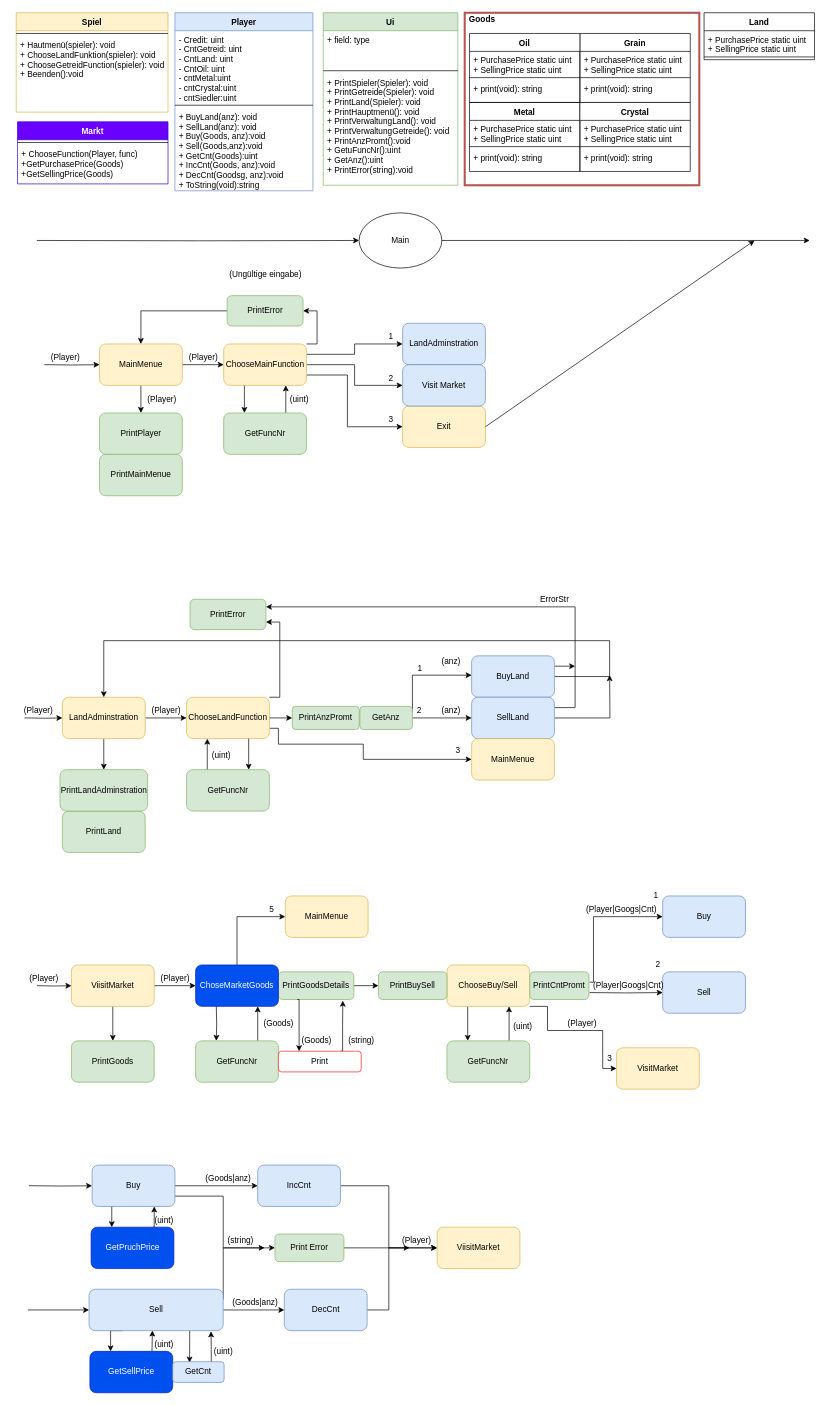
Above: Aufgabe_12/FlowDiagrammA12.drawio in Voxel07/Systemarchitektur.NET (draw.io), before the change. Source tidied: cells renumbered, new cells numbered last; positions are measured from the earlier drawing's top-left corner, leaving out a move shared by most shapes. Both pictures are drawn from the tidied source at 69%, with x=0, y=0 at pixel (16, 12).
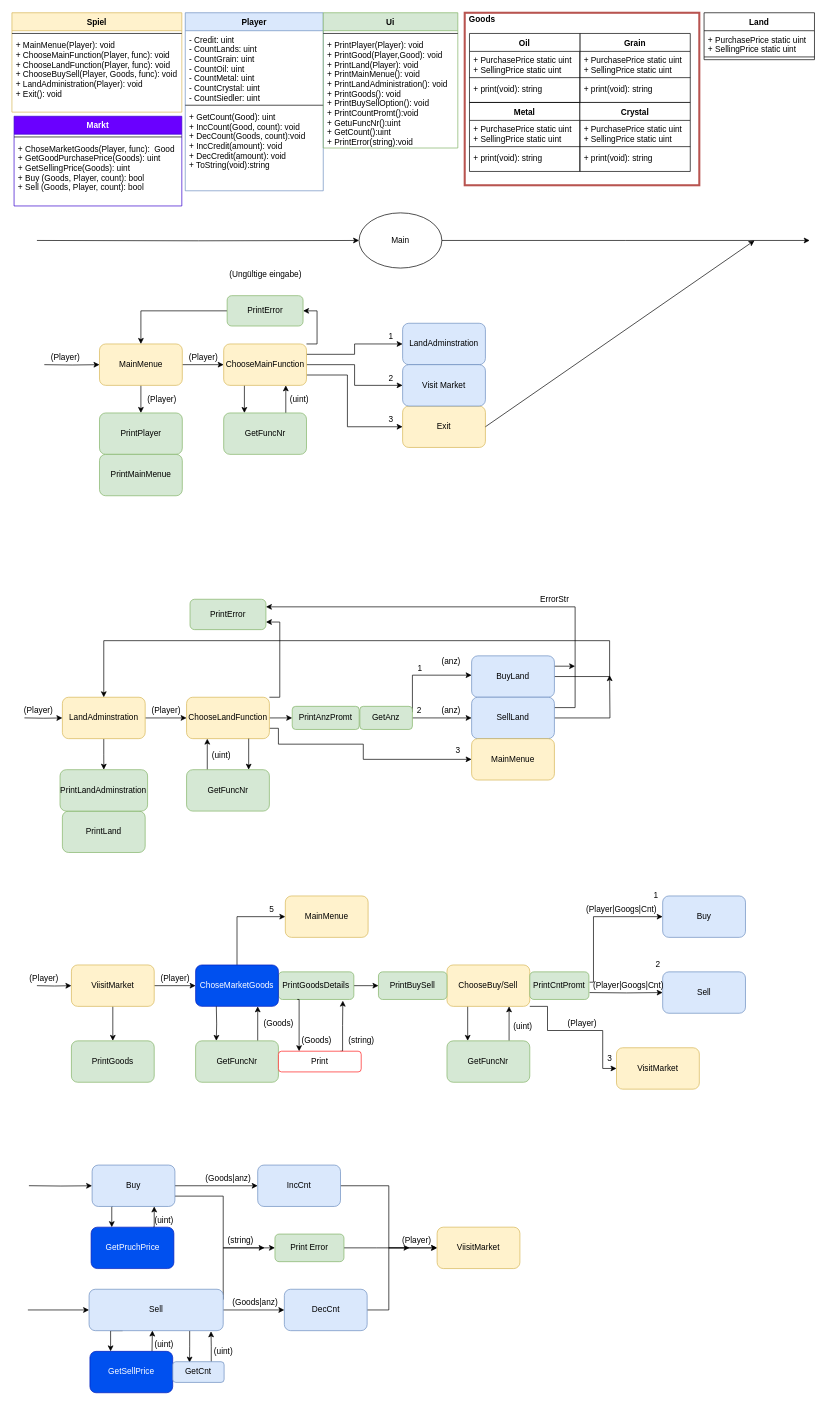
The same page after the edit.

Unchanged cells that the change refers to:
```xml
<mxCell id="55" value="Main" style="ellipse;whiteSpace=wrap;html=1;fillColor=none;" parent="1" vertex="1">
  <mxGeometry x="496.9" y="290" width="120" height="80" as="geometry" />
</mxCell>
```

Diff of the diagram source:
```diff
@@
     <mxCell id="6" value="Spiel" style="swimlane;fontStyle=1;align=center;verticalAlign=top;horizontal=1;startSize=26;fillColor=#fff2cc;strokeColor=#d6b656;" parent="1" vertex="1">
-      <mxGeometry width="220" height="144" as="geometry" />
+      <mxGeometry x="-6.2" width="246.2" height="144" as="geometry" />
     </mxCell>
     <mxCell id="7" style="line;strokeWidth=1;fillColor=none;align=left;verticalAlign=middle;spacingTop=-1;spacingLeft=3;spacingRight=3;labelPosition=right;" parent="6" vertex="1">
-      <mxGeometry y="26" width="220" height="8" as="geometry" />
+      <mxGeometry y="26" width="246.2" height="8" as="geometry" />
     </mxCell>
-    <mxCell id="8" value="+ Hautmenü(spieler): void&#10;+ ChooseLandFunktion(spieler): void&#10;+ ChooseGetreidFunction(spieler): void&#10;+ Beenden():void" style="text;strokeColor=none;fillColor=none;align=left;verticalAlign=top;spacingLeft=4;spacingRight=4;overflow=hidden;" parent="6" vertex="1">
-      <mxGeometry y="34" width="220" height="110" as="geometry" />
+    <mxCell id="8" value="+ MainMenue(Player): void&#10;+ ChooseMainFunction(Player, func): void&#10;+ ChooseLandFunction(Player, func): void&#10;+ ChooseBuySell(Player, Goods, func): void &#10;+ LandAdministration(Player): void&#10;+ Exit(): void" style="text;strokeColor=none;fillColor=none;align=left;verticalAlign=top;spacingLeft=4;spacingRight=4;overflow=hidden;" parent="6" vertex="1">
+      <mxGeometry y="34" width="246.2" height="110" as="geometry" />
     </mxCell>
     <mxCell id="9" value="Player" style="swimlane;fontStyle=1;align=center;verticalAlign=top;horizontal=1;startSize=26;fillColor=#dae8fc;strokeColor=#6c8ebf;" parent="1" vertex="1">
-      <mxGeometry x="230" width="200" height="258" as="geometry" />
+      <mxGeometry x="245" width="200" height="258" as="geometry" />
     </mxCell>
-    <mxCell id="10" value="- Credit: uint&#10;- CntGetreid: uint&#10;- CntLand: uint&#10;- CntOil: uint&#10;- cntMetal:uint&#10;- cntCrystal:uint&#10;- cntSiedler:uint" style="text;strokeColor=none;fillColor=none;align=left;verticalAlign=top;spacingLeft=4;spacingRight=4;overflow=hidden;" parent="9" vertex="1">
+    <mxCell id="10" value="- Credit: uint&#10;- CountLands: uint&#10;- CountGrain: uint&#10;- CountOil: uint&#10;- CountMetal: uint&#10;- CountCrystal: uint&#10;- CountSiedler: uint" style="text;strokeColor=none;fillColor=none;align=left;verticalAlign=top;spacingLeft=4;spacingRight=4;overflow=hidden;" parent="9" vertex="1">
       <mxGeometry y="26" width="200" height="104" as="geometry" />
     </mxCell>
@@
-    <mxCell id="12" value="+ BuyLand(anz): void&#10;+ SellLand(anz): void&#10;+ Buy(Goods, anz):void&#10;+ Sell(Goods,anz):void&#10;+ GetCnt(Goods):uint&#10;+ IncCnt(Goods, anz):void&#10;+ DecCnt(Goodsg, anz):void&#10;+ ToString(void):string" style="text;strokeColor=none;fillColor=none;align=left;verticalAlign=top;spacingLeft=4;spacingRight=4;overflow=hidden;" parent="9" vertex="1">
+    <mxCell id="12" value="+ GetCount(Good): uint&#10;+ IncCount(Good, count): void&#10;+ DecCount(Goods, count):void&#10;+ IncCredit(amount): void&#10;+ DecCredit(amount): void&#10;+ ToString(void):string" style="text;strokeColor=none;fillColor=none;align=left;verticalAlign=top;spacingLeft=4;spacingRight=4;overflow=hidden;" parent="9" vertex="1">
       <mxGeometry y="138" width="200" height="120" as="geometry" />
     </mxCell>
     <mxCell id="13" value="Ui" style="swimlane;fontStyle=1;align=center;verticalAlign=top;horizontal=1;startSize=26;fillColor=#d5e8d4;strokeColor=#82b366;" parent="1" vertex="1">
-      <mxGeometry x="445" width="195" height="250" as="geometry" />
+      <mxGeometry x="445" width="195" height="196" as="geometry" />
     </mxCell>
-    <mxCell id="14" value="+ field: type" style="text;strokeColor=none;fillColor=none;align=left;verticalAlign=top;spacingLeft=4;spacingRight=4;overflow=hidden;" parent="13" vertex="1">
-      <mxGeometry y="26" width="195" height="54" as="geometry" />
-    </mxCell>
     <mxCell id="15" style="line;strokeWidth=1;fillColor=none;align=left;verticalAlign=middle;spacingTop=-1;spacingLeft=3;spacingRight=3;labelPosition=right;" parent="13" vertex="1">
-      <mxGeometry y="80" width="195" height="8" as="geometry" />
+      <mxGeometry y="26" width="195" height="8" as="geometry" />
     </mxCell>
-    <mxCell id="16" value="+ PrintSpieler(Spieler): void&#10;+ PrintGetreide(Spieler): void&#10;+ PrintLand(Spieler): void&#10;+ PrintHauptmenü(): void&#10;+ PrintVerwaltungLand(): void&#10;+ PrintVerwaltungGetreide(): void&#10;+ PrintAnzPromt():void&#10;+ GetuFuncNr():uint&#10;+ GetAnz():uint&#10;+ PrintError(string):void" style="text;strokeColor=none;fillColor=none;align=left;verticalAlign=top;spacingLeft=4;spacingRight=4;overflow=hidden;" parent="13" vertex="1">
-      <mxGeometry y="88" width="195" height="162" as="geometry" />
+    <mxCell id="16" value="+ PrintPlayer(Player): void&#10;+ PrintGood(Player,Good): void&#10;+ PrintLand(Player): void&#10;+ PrintMainMenue(): void&#10;+ PrintLandAdministration(): void&#10;+ PrintGoods(): void&#10;+ PrintBuySellOption(): void&#10;+ PrintCountPromt():void&#10;+ GetuFuncNr():uint&#10;+ GetCount():uint&#10;+ PrintError(string):void" style="text;strokeColor=none;fillColor=none;align=left;verticalAlign=top;spacingLeft=4;spacingRight=4;overflow=hidden;" parent="13" vertex="1">
+      <mxGeometry y="34" width="195" height="162" as="geometry" />
     </mxCell>
@@
     <mxCell id="29" value="Markt" style="swimlane;fontStyle=1;align=center;verticalAlign=top;horizontal=1;startSize=26;fillColor=#6a00ff;strokeColor=#3700CC;fontColor=#ffffff;" parent="1" vertex="1">
-      <mxGeometry x="1.9" y="158" width="218.1" height="90" as="geometry" />
+      <mxGeometry x="-3.1" y="150" width="243.1" height="130" as="geometry" />
     </mxCell>
     <mxCell id="30" style="line;strokeWidth=1;fillColor=none;align=left;verticalAlign=middle;spacingTop=-1;spacingLeft=3;spacingRight=3;labelPosition=right;" parent="29" vertex="1">
-      <mxGeometry y="26" width="218.1" height="8" as="geometry" />
+      <mxGeometry y="26" width="243.1" height="8" as="geometry" />
     </mxCell>
-    <mxCell id="31" value="+ ChooseFunction(Player, func)&#10;+GetPurchasePrice(Goods)&#10;+GetSellingPrice(Goods)" style="text;strokeColor=none;fillColor=none;align=left;verticalAlign=top;spacingLeft=4;spacingRight=4;overflow=hidden;" parent="29" vertex="1">
-      <mxGeometry y="34" width="218.1" height="56" as="geometry" />
+    <mxCell id="31" value="+ ChoseMarketGoods(Player, func):  Good&#10;+ GetGoodPurchasePrice(Goods): uint&#10;+ GetSellingPrice(Goods): uint&#10;+ Buy (Goods, Player, count): bool&#10;+ Sell (Goods, Player, count): bool" style="text;strokeColor=none;fillColor=none;align=left;verticalAlign=top;spacingLeft=4;spacingRight=4;overflow=hidden;" parent="29" vertex="1">
+      <mxGeometry y="34" width="243.1" height="96" as="geometry" />
     </mxCell>
@@
-    <mxCell id="56" style="endArrow=none;html=1;" parent="1" edge="1" target="55">
-      <mxGeometry relative="1" as="geometry">
-        <mxPoint x="556.9" y="329.6" as="sourcePoint" />
-      </mxGeometry>
-    </mxCell>
```
